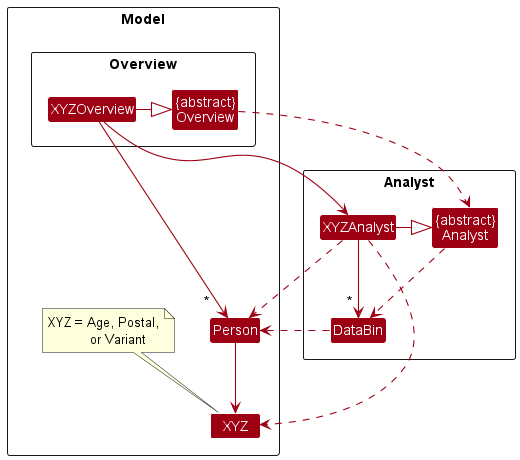
The PlantUML diagram docs/images/OverviewClassDiagram.png in nus-cs2103-AY2223S2/tp, before a commit. The source it was exported from:
```plantuml
@startuml
!include style.puml
skinparam arrowThickness 1.1
skinparam arrowColor MODEL_COLOR
skinparam classBackgroundColor MODEL_COLOR

Package Model <<Rectangle>>{
Package "Overview" as OverviewPackage <<Rectangle>>{
Class "{abstract}\nOverview" as Overview
Class XYZOverview
}

Class Person
Class XYZ

note top of XYZ {
XYZ = Age, Postal,
       or Variant
}
}

Package "Analyst" as AnalystPackage <<Rectangle>>{
Class "{abstract}\nAnalyst" as Analyst
Class XYZAnalyst
Class DataBin
}

Overview -[hidden]down- Analyst

XYZOverview -right|> Overview

Overview .down.> Analyst
XYZOverview -right-> XYZAnalyst

XYZAnalyst -right|> Analyst

Analyst .down.> DataBin
XYZAnalyst -down-> "~* " DataBin

XYZAnalyst .down.> XYZ

Person -down-> XYZ

XYZOverview ---> "~*   " Person
XYZAnalyst ..> Person
DataBin ...> Person
@enduml
```
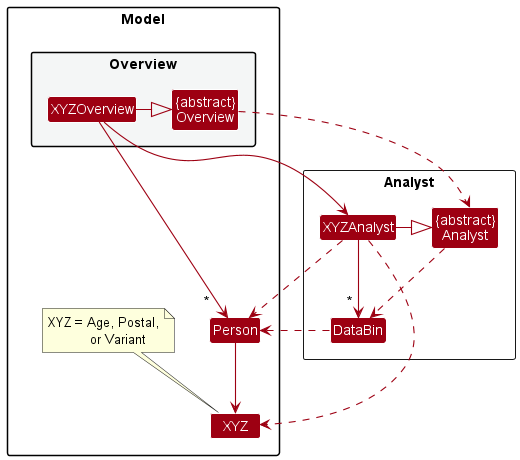
After the commit.

Commit message:
Recolour Overview class diagrams

The edit, as a diff of the source:
```diff
@@ -4,8 +4,8 @@
 skinparam arrowColor MODEL_COLOR
 skinparam classBackgroundColor MODEL_COLOR
 
-Package Model <<Rectangle>>{
-Package "Overview" as OverviewPackage <<Rectangle>>{
+Package Model{
+Package "Overview" as OverviewPackage #F4F6F6{
 Class "{abstract}\nOverview" as Overview
 Class XYZOverview
 }
```
